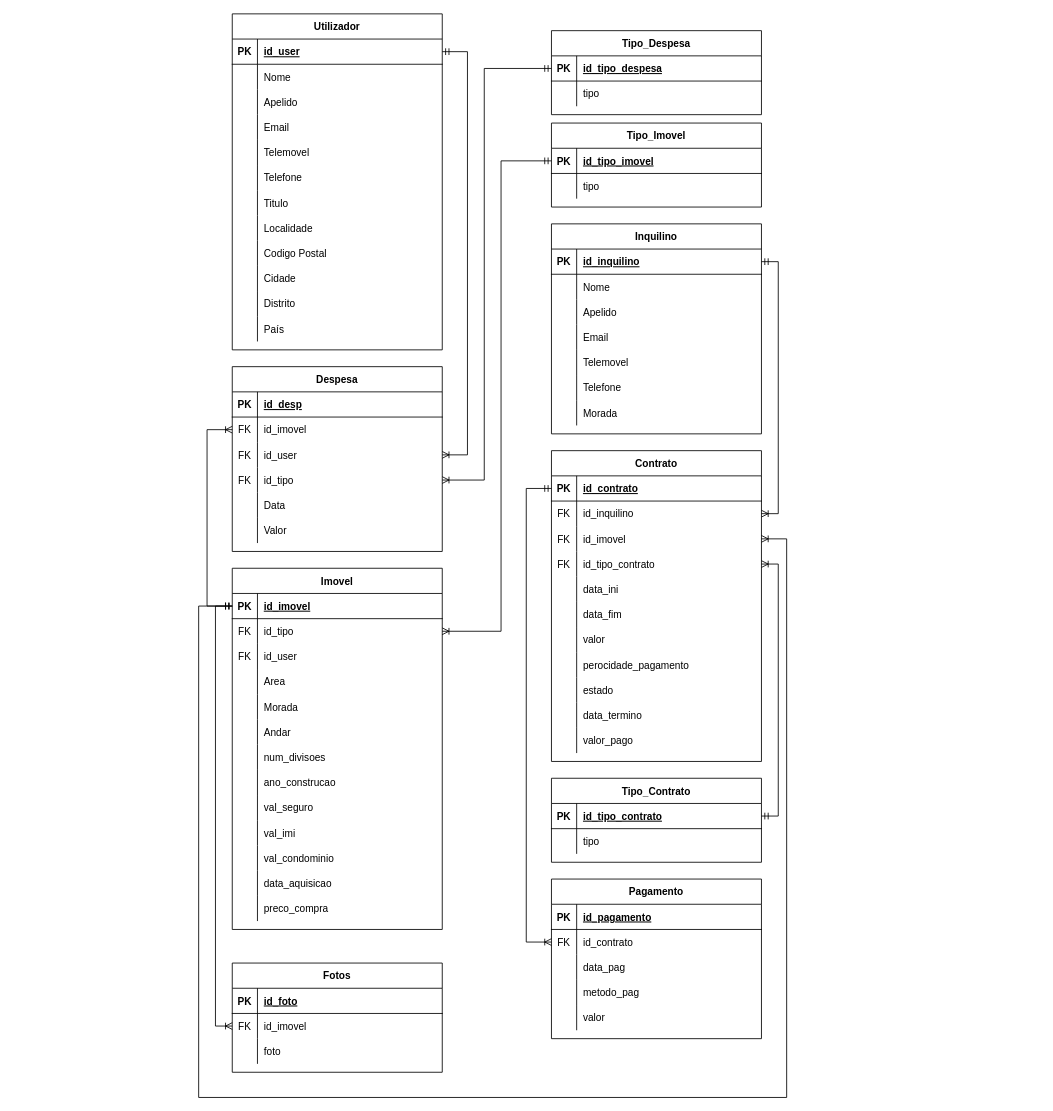
Above: Diagramas/GESImoveis_BD.drawio in AlexandrePSantos/Projeto4 (draw.io), before the change. Source tidied: cells renumbered, new cells numbered last; positions are measured from the earlier drawing's top-left corner, leaving out a move shared by most shapes. Both pictures are drawn from the tidied source at 84%, with x=0, y=0 at pixel (198, 13).
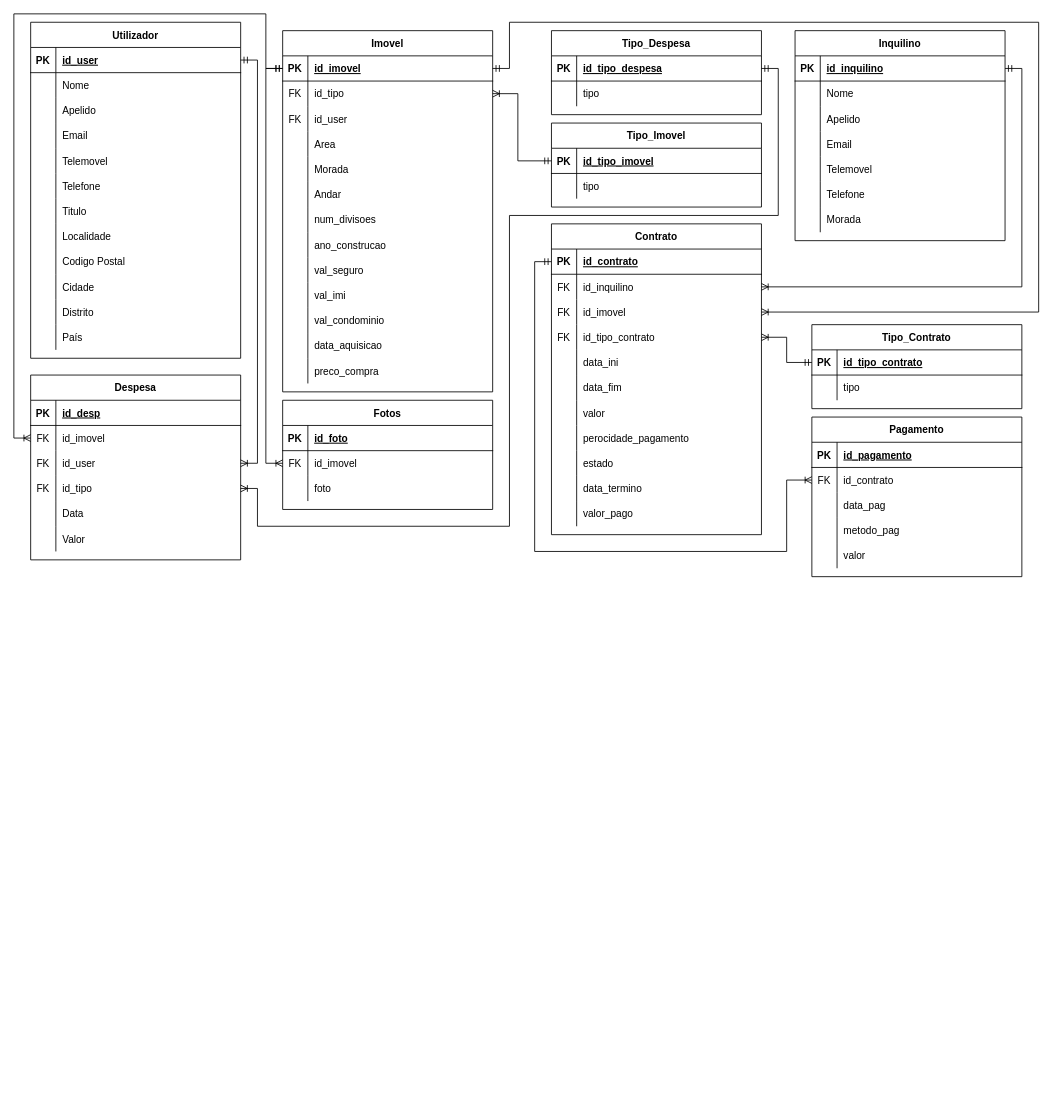
The same page after the edit.

Unchanged cells that the change refers to:
```xml
<mxCell id="3" style="shape=partialRectangle;fillColor=none;points=[[0,0.5],[1,0.5]];portConstraint=eastwest;top=0;left=0;right=0;bottom=1;" parent="2" vertex="1">
  <mxGeometry y="30" width="250" height="30" as="geometry" />
</mxCell>
<mxCell id="40" style="shape=partialRectangle;fillColor=none;points=[[0,0.5],[1,0.5]];portConstraint=eastwest;top=0;left=0;right=0;bottom=1;" parent="39" vertex="1">
  <mxGeometry y="30" width="250" height="30" as="geometry" />
</mxCell>
<mxCell id="47" style="shape=partialRectangle;fillColor=none;points=[[0,0.5],[1,0.5]];portConstraint=eastwest;top=0;left=0;right=0;bottom=1;" parent="46" vertex="1">
  <mxGeometry y="30" width="250" height="30" as="geometry" />
</mxCell>
<mxCell id="50" style="shape=partialRectangle;fillColor=none;points=[[0,0.5],[1,0.5]];portConstraint=eastwest;top=0;left=0;right=0;bottom=0;" parent="46" vertex="1">
  <mxGeometry y="60" width="250" height="30" as="geometry" />
</mxCell>
<mxCell id="87" style="shape=partialRectangle;fillColor=none;points=[[0,0.5],[1,0.5]];portConstraint=eastwest;top=0;left=0;right=0;bottom=1;" parent="86" vertex="1">
  <mxGeometry y="30" width="250" height="30" as="geometry" />
</mxCell>
<mxCell id="112" style="shape=partialRectangle;fillColor=none;points=[[0,0.5],[1,0.5]];portConstraint=eastwest;top=0;left=0;right=0;bottom=0;" parent="108" vertex="1">
  <mxGeometry y="60" width="250" height="30" as="geometry" />
</mxCell>
<mxCell id="115" style="shape=partialRectangle;fillColor=none;points=[[0,0.5],[1,0.5]];portConstraint=eastwest;top=0;left=0;right=0;bottom=0;" parent="108" vertex="1">
  <mxGeometry y="90" width="250" height="30" as="geometry" />
</mxCell>
<mxCell id="118" style="shape=partialRectangle;fillColor=none;points=[[0,0.5],[1,0.5]];portConstraint=eastwest;top=0;left=0;right=0;bottom=0;" parent="108" vertex="1">
  <mxGeometry y="120" width="250" height="30" as="geometry" />
</mxCell>
<mxCell id="134" style="shape=partialRectangle;fillColor=none;points=[[0,0.5],[1,0.5]];portConstraint=eastwest;top=0;left=0;right=0;bottom=1;" parent="133" vertex="1">
  <mxGeometry y="30" width="250" height="30" as="geometry" />
</mxCell>
<mxCell id="145" style="shape=partialRectangle;fillColor=none;points=[[0,0.5],[1,0.5]];portConstraint=eastwest;top=0;left=0;right=0;bottom=0;" parent="141" vertex="1">
  <mxGeometry y="60" width="250" height="30" as="geometry" />
</mxCell>
<mxCell id="156" style="shape=partialRectangle;fillColor=none;points=[[0,0.5],[1,0.5]];portConstraint=eastwest;top=0;left=0;right=0;bottom=0;" parent="152" vertex="1">
  <mxGeometry y="60" width="250" height="30" as="geometry" />
</mxCell>
<mxCell id="170" style="shape=partialRectangle;fillColor=none;points=[[0,0.5],[1,0.5]];portConstraint=eastwest;top=0;left=0;right=0;bottom=1;" parent="169" vertex="1">
  <mxGeometry y="30" width="250" height="30" as="geometry" />
</mxCell>
<mxCell id="173" style="shape=partialRectangle;fillColor=none;points=[[0,0.5],[1,0.5]];portConstraint=eastwest;top=0;left=0;right=0;bottom=0;" parent="169" vertex="1">
  <mxGeometry y="60" width="250" height="30" as="geometry" />
</mxCell>
<mxCell id="176" style="shape=partialRectangle;fillColor=none;points=[[0,0.5],[1,0.5]];portConstraint=eastwest;top=0;left=0;right=0;bottom=0;" parent="169" vertex="1">
  <mxGeometry y="90" width="250" height="30" as="geometry" />
</mxCell>
<mxCell id="179" style="shape=partialRectangle;fillColor=none;points=[[0,0.5],[1,0.5]];portConstraint=eastwest;top=0;left=0;right=0;bottom=0;" parent="169" vertex="1">
  <mxGeometry y="120" width="250" height="30" as="geometry" />
</mxCell>
<mxCell id="204" style="shape=partialRectangle;fillColor=none;points=[[0,0.5],[1,0.5]];portConstraint=eastwest;top=0;left=0;right=0;bottom=1;" parent="203" vertex="1">
  <mxGeometry y="30" width="250" height="30" as="geometry" />
</mxCell>
```

Change to the diagram source:
```diff
@@
     <mxCell id="2" value="Utilizador" style="shape=table;startSize=30;childLayout=tableLayout;rowLines=0;fontStyle=1;align=center;" parent="1" vertex="1">
-      <mxGeometry x="40" width="250" height="400" as="geometry" />
+      <mxGeometry x="-200" y="10" width="250" height="400" as="geometry" />
     </mxCell>
@@
     <mxCell id="46" value="Imovel" style="shape=table;startSize=30;childLayout=tableLayout;rowLines=0;fontStyle=1;align=center;" parent="1" vertex="1">
-      <mxGeometry x="40" y="660" width="250" height="430" as="geometry" />
+      <mxGeometry x="100" y="20" width="250" height="430" as="geometry" />
     </mxCell>
@@
     <mxCell id="86" value="Inquilino" style="shape=table;startSize=30;childLayout=tableLayout;rowLines=0;fontStyle=1;align=center;" parent="1" vertex="1">
-      <mxGeometry x="420" y="250" width="250" height="250" as="geometry" />
+      <mxGeometry x="710" y="20" width="250" height="250" as="geometry" />
     </mxCell>
@@
     <mxCell id="108" value="Despesa" style="shape=table;startSize=30;childLayout=tableLayout;rowLines=0;fontStyle=1;align=center;" parent="1" vertex="1">
-      <mxGeometry x="40" y="420" width="250" height="220" as="geometry" />
+      <mxGeometry x="-200" y="430" width="250" height="220" as="geometry" />
     </mxCell>
@@
     <mxCell id="127" style="edgeStyle=orthogonalEdgeStyle;fontSize=12;html=1;endArrow=ERoneToMany;startArrow=ERmandOne;rounded=0;exitX=0;exitY=0.5;exitDx=0;exitDy=0;entryX=0;entryY=0.5;entryDx=0;entryDy=0;" parent="1" edge="1" source="47" target="112">
       <mxGeometry relative="1" as="geometry">
         <Array as="points">
-          <mxPoint x="10" y="705" />
-          <mxPoint x="10" y="495" />
+          <mxPoint x="80" y="65" />
+          <mxPoint x="80" />
+          <mxPoint x="-220" />
+          <mxPoint x="-220" y="505" />
         </Array>
       </mxGeometry>
     </mxCell>
     <mxCell id="128" style="edgeStyle=orthogonalEdgeStyle;fontSize=12;html=1;endArrow=ERmandOne;startArrow=ERoneToMany;rounded=0;entryX=1;entryY=0.5;entryDx=0;entryDy=0;exitX=1;exitY=0.5;exitDx=0;exitDy=0;endFill=0;startFill=0;" parent="1" edge="1" source="115" target="3">
       <mxGeometry relative="1" as="geometry">
         <Array as="points">
-          <mxPoint x="320" y="525" />
-          <mxPoint x="320" y="45" />
+          <mxPoint x="70" y="535" />
+          <mxPoint x="70" y="55" />
         </Array>
       </mxGeometry>
     </mxCell>
-    <mxCell id="129" style="edgeStyle=orthogonalEdgeStyle;fontSize=12;html=1;endArrow=ERoneToMany;startArrow=ERmandOne;rounded=0;exitX=0;exitY=0.5;exitDx=0;exitDy=0;entryX=1;entryY=0.5;entryDx=0;entryDy=0;" parent="1" edge="1" source="47" target="176">
+    <mxCell id="129" style="edgeStyle=orthogonalEdgeStyle;fontSize=12;html=1;endArrow=ERoneToMany;startArrow=ERmandOne;rounded=0;exitX=1;exitY=0.5;exitDx=0;exitDy=0;entryX=1;entryY=0.5;entryDx=0;entryDy=0;" parent="1" edge="1" source="47" target="176">
       <mxGeometry relative="1" as="geometry">
         <Array as="points">
-          <mxPoint y="705" />
-          <mxPoint y="1290" />
-          <mxPoint x="700" y="1290" />
-          <mxPoint x="700" y="625" />
+          <mxPoint x="370" y="65" />
+          <mxPoint x="370" y="10" />
+          <mxPoint x="1000" y="10" />
+          <mxPoint x="1000" y="355" />
         </Array>
       </mxGeometry>
     </mxCell>
     <mxCell id="130" style="edgeStyle=orthogonalEdgeStyle;fontSize=12;html=1;endArrow=ERoneToMany;startArrow=ERmandOne;rounded=0;exitX=1;exitY=0.5;exitDx=0;exitDy=0;entryX=1;entryY=0.5;entryDx=0;entryDy=0;" parent="1" edge="1" source="87" target="173">
       <mxGeometry relative="1" as="geometry">
         <Array as="points">
-          <mxPoint x="690" y="295" />
-          <mxPoint x="690" y="595" />
+          <mxPoint x="980" y="65" />
+          <mxPoint x="980" y="325" />
         </Array>
       </mxGeometry>
     </mxCell>
     <mxCell id="131" style="edgeStyle=orthogonalEdgeStyle;fontSize=12;html=1;endArrow=ERoneToMany;startArrow=ERmandOne;rounded=0;exitX=0;exitY=0.5;exitDx=0;exitDy=0;entryX=1;entryY=0.5;entryDx=0;entryDy=0;" parent="1" edge="1" source="40" target="50">
       <mxGeometry relative="1" as="geometry">
         <Array as="points">
-          <mxPoint x="360" y="175" />
-          <mxPoint x="360" y="735" />
+          <mxPoint x="380" y="175" />
+          <mxPoint x="380" y="95" />
         </Array>
       </mxGeometry>
     </mxCell>
-    <mxCell id="132" style="edgeStyle=orthogonalEdgeStyle;fontSize=12;html=1;endArrow=ERoneToMany;startArrow=ERmandOne;rounded=0;entryX=1;entryY=0.5;entryDx=0;entryDy=0;exitX=1;exitY=0.5;exitDx=0;exitDy=0;" parent="1" edge="1" source="204" target="179">
+    <mxCell id="132" style="edgeStyle=orthogonalEdgeStyle;fontSize=12;html=1;endArrow=ERoneToMany;startArrow=ERmandOne;rounded=0;entryX=1;entryY=0.5;entryDx=0;entryDy=0;exitX=0;exitY=0.5;exitDx=0;exitDy=0;" parent="1" edge="1" source="204" target="179">
       <mxGeometry relative="1" as="geometry">
         <Array as="points">
-          <mxPoint x="690" y="955" />
-          <mxPoint x="690" y="655" />
+          <mxPoint x="700" y="415" />
+          <mxPoint x="700" y="385" />
         </Array>
       </mxGeometry>
     </mxCell>
@@
-    <mxCell id="140" style="edgeStyle=orthogonalEdgeStyle;fontSize=12;html=1;endArrow=ERmandOne;startArrow=ERoneToMany;rounded=0;entryX=0;entryY=0.5;entryDx=0;entryDy=0;endFill=0;startFill=0;exitX=1;exitY=0.5;exitDx=0;exitDy=0;" parent="1" edge="1" source="118" target="134">
+    <mxCell id="140" style="edgeStyle=orthogonalEdgeStyle;fontSize=12;html=1;endArrow=ERmandOne;startArrow=ERoneToMany;rounded=0;entryX=1;entryY=0.5;entryDx=0;entryDy=0;endFill=0;startFill=0;exitX=1;exitY=0.5;exitDx=0;exitDy=0;" parent="1" edge="1" source="118" target="134">
       <mxGeometry relative="1" as="geometry">
         <Array as="points">
-          <mxPoint x="340" y="555" />
-          <mxPoint x="340" y="65" />
+          <mxPoint x="70" y="565" />
+          <mxPoint x="70" y="610" />
+          <mxPoint x="370" y="610" />
+          <mxPoint x="370" y="240" />
+          <mxPoint x="690" y="240" />
+          <mxPoint x="690" y="65" />
         </Array>
       </mxGeometry>
     </mxCell>
     <mxCell id="141" value="Fotos" style="shape=table;startSize=30;childLayout=tableLayout;rowLines=0;fontStyle=1;align=center;" parent="1" vertex="1">
-      <mxGeometry x="40" y="1130" width="250" height="130" as="geometry" />
+      <mxGeometry x="100" y="460" width="250" height="130" as="geometry" />
     </mxCell>
@@
     <mxCell id="151" style="edgeStyle=orthogonalEdgeStyle;fontSize=12;html=1;endArrow=ERoneToMany;startArrow=ERmandOne;rounded=0;exitX=0;exitY=0.5;exitDx=0;exitDy=0;entryX=0;entryY=0.5;entryDx=0;entryDy=0;" parent="1" edge="1" source="47" target="145">
       <mxGeometry relative="1" as="geometry">
         <Array as="points">
-          <mxPoint x="20" y="705" />
-          <mxPoint x="20" y="1205" />
+          <mxPoint x="80" y="65" />
+          <mxPoint x="80" y="535" />
         </Array>
       </mxGeometry>
     </mxCell>
     <mxCell id="152" value="Pagamento" style="shape=table;startSize=30;childLayout=tableLayout;rowLines=0;fontStyle=1;align=center;" parent="1" vertex="1">
-      <mxGeometry x="420" y="1030" width="250" height="190" as="geometry" />
+      <mxGeometry x="730" y="480" width="250" height="190" as="geometry" />
     </mxCell>
@@
     <mxCell id="168" style="edgeStyle=orthogonalEdgeStyle;fontSize=12;html=1;endArrow=ERoneToMany;startArrow=ERmandOne;rounded=0;exitX=0;exitY=0.5;exitDx=0;exitDy=0;entryX=0;entryY=0.5;entryDx=0;entryDy=0;" parent="1" edge="1" source="170" target="156">
       <mxGeometry relative="1" as="geometry">
         <Array as="points">
-          <mxPoint x="390" y="565" />
-          <mxPoint x="390" y="1105" />
+          <mxPoint x="400" y="295" />
+          <mxPoint x="400" y="640" />
+          <mxPoint x="700" y="640" />
+          <mxPoint x="700" y="555" />
         </Array>
       </mxGeometry>
     </mxCell>
     <mxCell id="169" value="Contrato" style="shape=table;startSize=30;childLayout=tableLayout;rowLines=0;fontStyle=1;align=center;" parent="1" vertex="1">
-      <mxGeometry x="420" y="520" width="250" height="370" as="geometry" />
+      <mxGeometry x="420" y="250" width="250" height="370" as="geometry" />
     </mxCell>
@@
     <mxCell id="203" value="Tipo_Contrato" style="shape=table;startSize=30;childLayout=tableLayout;rowLines=0;fontStyle=1;align=center;" parent="1" vertex="1">
-      <mxGeometry x="420" y="910" width="250" height="100" as="geometry" />
+      <mxGeometry x="730" y="370" width="250" height="100" as="geometry" />
     </mxCell>
```
